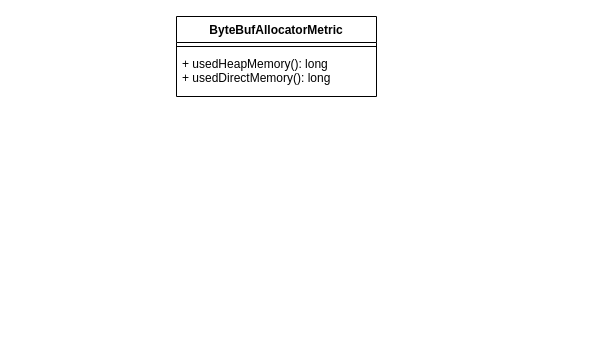
Above: Netty图示/NettyMetric类图.drawio in yongliangcode/diagram (draw.io), before the change. Source tidied: cells renumbered, new cells numbered last; positions are measured from the earlier drawing's top-left corner, leaving out a move shared by most shapes. Both pictures are drawn from the tidied source at 100%, with x=0, y=0 at pixel (176, 16).
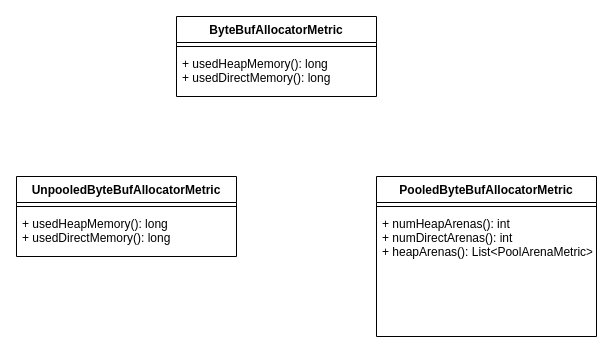
The same diagram, later.

Diff of the diagram source:
```diff
@@
 <mxGraphModel>
   <root>
     <mxCell id="0" />
     <mxCell id="1" parent="0" />
     <mxCell id="2" value="ByteBufAllocatorMetric" style="swimlane;fontStyle=1;align=center;verticalAlign=top;horizontal=1;startSize=26;" parent="1" vertex="1">
       <mxGeometry width="200" height="80" as="geometry" />
     </mxCell>
     <mxCell id="3" style="line;strokeWidth=1;fillColor=none;align=left;verticalAlign=middle;spacingTop=-1;spacingLeft=3;spacingRight=3;labelPosition=right;" parent="2" vertex="1">
       <mxGeometry y="26" width="200" height="8" as="geometry" />
     </mxCell>
     <mxCell id="4" value="+ usedHeapMemory(): long&#10;+ usedDirectMemory(): long" style="text;strokeColor=none;fillColor=none;align=left;verticalAlign=top;spacingLeft=4;spacingRight=4;overflow=hidden;" parent="2" vertex="1">
       <mxGeometry y="34" width="200" height="46" as="geometry" />
     </mxCell>
+    <mxCell id="5" value="UnpooledByteBufAllocatorMetric" style="swimlane;fontStyle=1;align=center;verticalAlign=top;horizontal=1;startSize=26;" parent="1" vertex="1">
+      <mxGeometry x="-160" y="160" width="220" height="80" as="geometry" />
+    </mxCell>
+    <mxCell id="6" style="line;strokeWidth=1;fillColor=none;align=left;verticalAlign=middle;spacingTop=-1;spacingLeft=3;spacingRight=3;labelPosition=right;" parent="5" vertex="1">
+      <mxGeometry y="26" width="220" height="8" as="geometry" />
+    </mxCell>
+    <mxCell id="7" value="+ usedHeapMemory(): long&#10;+ usedDirectMemory(): long" style="text;strokeColor=none;fillColor=none;align=left;verticalAlign=top;spacingLeft=4;spacingRight=4;overflow=hidden;" parent="5" vertex="1">
+      <mxGeometry y="34" width="220" height="46" as="geometry" />
+    </mxCell>
+    <mxCell id="8" value="PooledByteBufAllocatorMetric" style="swimlane;fontStyle=1;align=center;verticalAlign=top;horizontal=1;startSize=26;" parent="1" vertex="1">
+      <mxGeometry x="200" y="160" width="220" height="160" as="geometry" />
+    </mxCell>
+    <mxCell id="9" style="line;strokeWidth=1;fillColor=none;align=left;verticalAlign=middle;spacingTop=-1;spacingLeft=3;spacingRight=3;labelPosition=right;" parent="8" vertex="1">
+      <mxGeometry y="26" width="220" height="8" as="geometry" />
+    </mxCell>
+    <mxCell id="10" value="+ numHeapArenas(): int&#10;+ numDirectArenas(): int&#10;+ heapArenas(): List&lt;PoolArenaMetric&gt;" style="text;strokeColor=none;fillColor=none;align=left;verticalAlign=top;spacingLeft=4;spacingRight=4;overflow=hidden;" parent="8" vertex="1">
+      <mxGeometry y="34" width="220" height="126" as="geometry" />
+    </mxCell>
   </root>
 </mxGraphModel>
```
